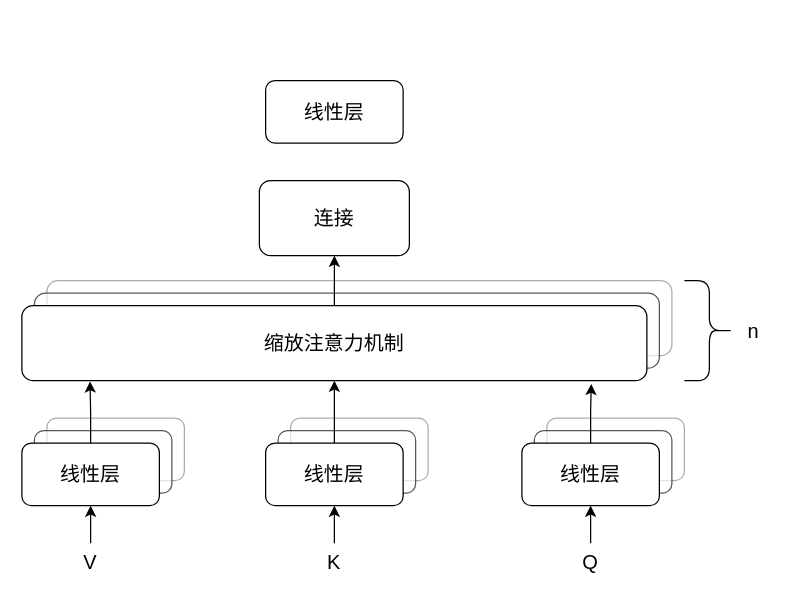
Above: test.drawio in infiniteaim/Repository-from-Anonus (draw.io), before the change. Source tidied: cells renumbered, new cells numbered last; positions are measured from the earlier drawing's top-left corner, leaving out a move shared by most shapes. Both pictures are drawn from the tidied source at 125%, with x=0, y=0 at pixel (21, 80).
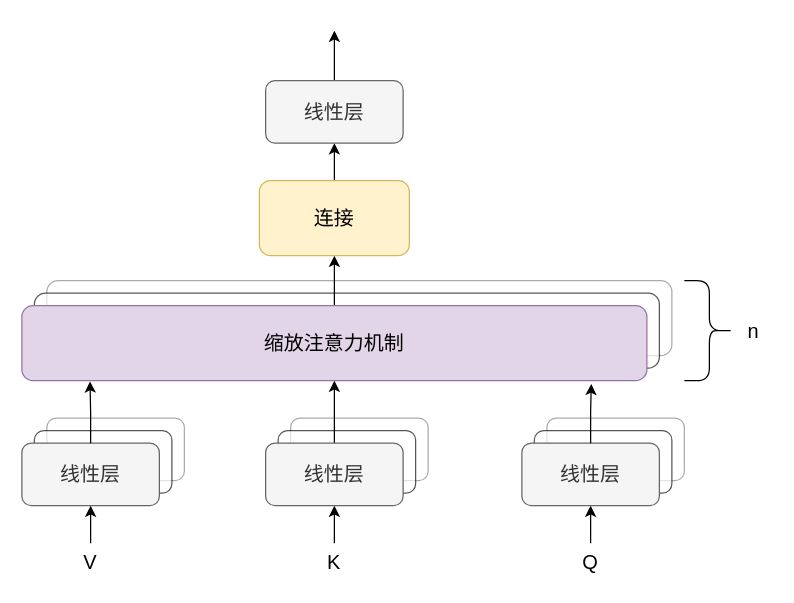
The same diagram, later.

What changed in the source:
```diff
@@
-    <mxCell id="6" value="线性层" style="rounded=1;whiteSpace=wrap;html=1;fontSize=16;" parent="1" vertex="1">
+    <mxCell id="6" value="线性层" style="rounded=1;whiteSpace=wrap;html=1;fontSize=16;fillColor=#f5f5f5;fontColor=#333333;strokeColor=#666666;" parent="1" vertex="1">
       <mxGeometry y="290" width="110" height="50" as="geometry" />
     </mxCell>
@@
-    <mxCell id="8" value="缩放注意力机制" style="rounded=1;whiteSpace=wrap;html=1;fontSize=16;" parent="1" vertex="1">
+    <mxCell id="8" value="缩放注意力机制" style="rounded=1;whiteSpace=wrap;html=1;fontSize=16;fillColor=#e1d5e7;strokeColor=#9673a6;" parent="1" vertex="1">
       <mxGeometry y="180" width="500" height="60" as="geometry" />
     </mxCell>
+    <mxCell id="28" style="edgeStyle=orthogonalEdgeStyle;rounded=0;jettySize=auto;html=1;exitX=0.5;exitY=0;exitDx=0;exitDy=0;entryX=0.5;entryY=1;entryDx=0;entryDy=0;" parent="1" edge="1" source="9" target="10">
+      <mxGeometry relative="1" as="geometry" />
+    </mxCell>
-    <mxCell id="9" value="连接" style="rounded=1;whiteSpace=wrap;html=1;fontSize=16;" parent="1" vertex="1">
+    <mxCell id="9" value="连接" style="rounded=1;whiteSpace=wrap;html=1;fontSize=16;fillColor=#fff2cc;strokeColor=#d6b656;" parent="1" vertex="1">
       <mxGeometry x="190" y="80" width="120" height="60" as="geometry" />
     </mxCell>
+    <mxCell id="29" style="edgeStyle=orthogonalEdgeStyle;rounded=0;jettySize=auto;html=1;" parent="1" edge="1" source="10">
+      <mxGeometry relative="1" as="geometry">
+        <mxPoint x="250" y="-40" as="targetPoint" />
+      </mxGeometry>
+    </mxCell>
-    <mxCell id="10" value="线性层" style="rounded=1;whiteSpace=wrap;html=1;fontSize=16;" parent="1" vertex="1">
+    <mxCell id="10" value="线性层" style="rounded=1;whiteSpace=wrap;html=1;fontSize=16;fillColor=#f5f5f5;fontColor=#333333;strokeColor=#666666;" parent="1" vertex="1">
       <mxGeometry x="195" width="110" height="50" as="geometry" />
     </mxCell>
@@
-    <mxCell id="22" value="线性层" style="rounded=1;whiteSpace=wrap;html=1;fontSize=16;" parent="1" vertex="1">
+    <mxCell id="22" value="线性层" style="rounded=1;whiteSpace=wrap;html=1;fontSize=16;fillColor=#f5f5f5;fontColor=#333333;strokeColor=#666666;" parent="1" vertex="1">
       <mxGeometry x="195" y="290" width="110" height="50" as="geometry" />
     </mxCell>
@@
-    <mxCell id="25" value="线性层" style="rounded=1;whiteSpace=wrap;html=1;fontSize=16;" parent="1" vertex="1">
+    <mxCell id="25" value="线性层" style="rounded=1;whiteSpace=wrap;html=1;fontSize=16;fillColor=#f5f5f5;fontColor=#333333;strokeColor=#666666;" parent="1" vertex="1">
       <mxGeometry x="400" y="290" width="110" height="50" as="geometry" />
     </mxCell>
```
